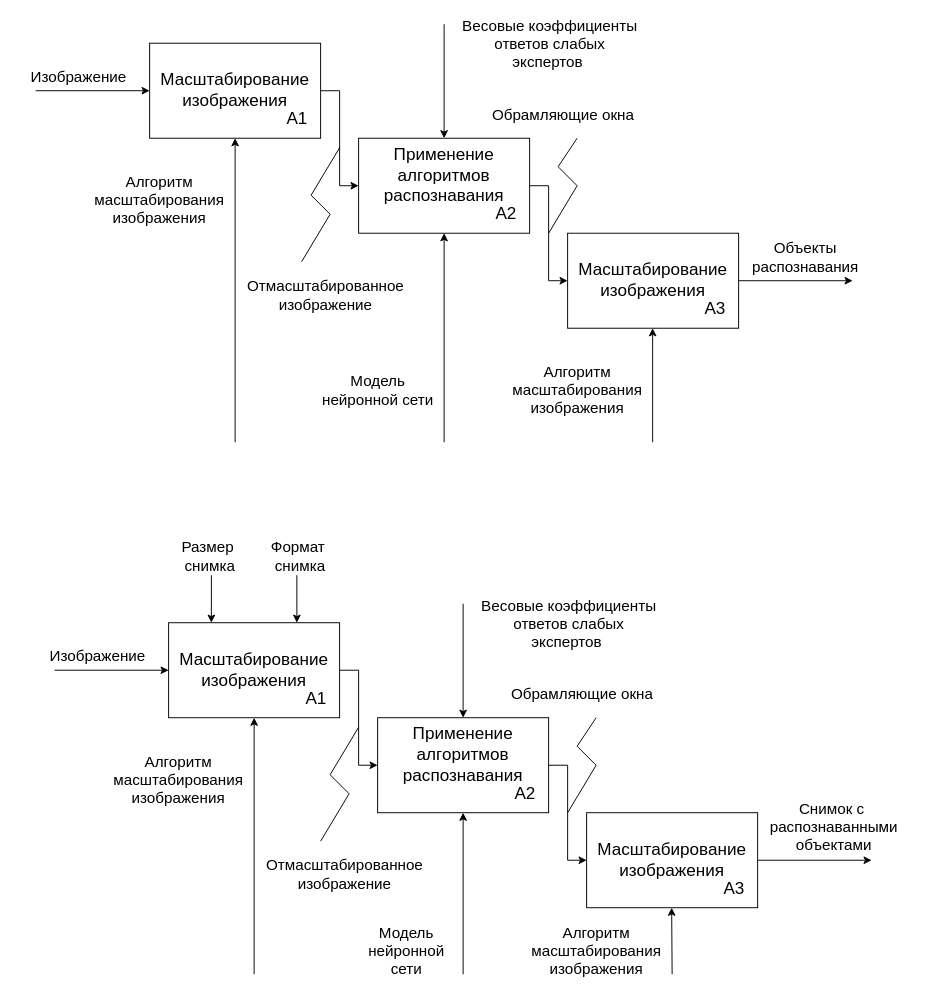
This is page "method-a1" (13 of 18) of docs/drawio/research-schemas.drawio from migregal/bmstu-iu7-thesis, a draw.io file, before an edit. Source tidied: cells renumbered, new cells numbered last; positions are measured from the earlier drawing's top-left corner, leaving out a move shared by most shapes. Both pictures are drawn from the tidied source at 95%, with x=0, y=0 at pixel (16, 24).
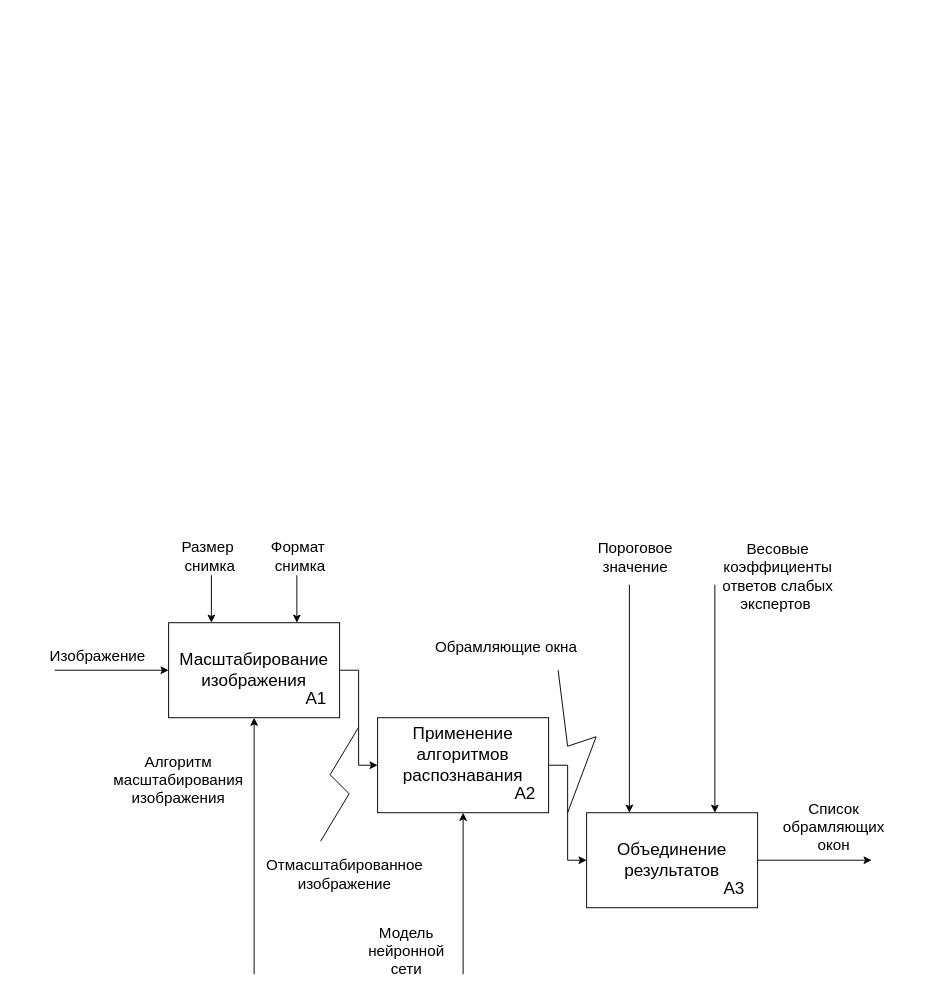
Above is the later version.

Unchanged cells that the change refers to:
```xml
<mxCell id="40" value="&lt;span style=&quot;font-size: 18px;&quot;&gt;Применение алгоритмов распознавания&lt;br&gt;&lt;br&gt;&lt;/span&gt;" style="rounded=0;whiteSpace=wrap;html=1;" parent="1" vertex="1">
  <mxGeometry x="380" y="730" width="180" height="100" as="geometry" />
</mxCell>
```

Change to the diagram source:
```diff
@@
-    <mxCell id="2" style="edgeStyle=orthogonalEdgeStyle;rounded=0;jettySize=auto;html=1;entryX=0;entryY=0.5;entryDx=0;entryDy=0;" parent="1" edge="1" source="3" target="16">
-      <mxGeometry relative="1" as="geometry" />
-    </mxCell>
-    <mxCell id="3" value="&lt;span style=&quot;font-size: 18px;&quot;&gt;Масштабирование изображения&lt;/span&gt;" style="rounded=0;whiteSpace=wrap;html=1;" parent="1" vertex="1">
-      <mxGeometry x="140" y="20" width="180" height="100" as="geometry" />
-    </mxCell>
-    <mxCell id="4" value="A1" style="text;html=1;align=center;verticalAlign=middle;strokeColor=none;fillColor=none;fontSize=18;" parent="1" vertex="1">
-      <mxGeometry x="270" y="80" width="50" height="40" as="geometry" />
-    </mxCell>
-    <mxCell id="5" style="endArrow=classic;html=1;rounded=0;entryX=0;entryY=0.5;entryDx=0;entryDy=0;" parent="1" edge="1" target="3">
-      <mxGeometry relative="1" as="geometry">
-        <mxPoint x="20" y="70" as="sourcePoint" />
-      </mxGeometry>
-    </mxCell>
-    <mxCell id="6" style="endArrow=classic;html=1;rounded=0;entryX=0.5;entryY=1;entryDx=0;entryDy=0;" parent="1" edge="1" target="3">
-      <mxGeometry relative="1" as="geometry">
-        <mxPoint x="230" y="440" as="sourcePoint" />
-      </mxGeometry>
-    </mxCell>
-    <mxCell id="7" style="endArrow=classic;html=1;rounded=0;entryX=0.5;entryY=0;entryDx=0;entryDy=0;" parent="1" edge="1" target="16">
-      <mxGeometry relative="1" as="geometry">
-        <mxPoint x="450" as="sourcePoint" />
-      </mxGeometry>
-    </mxCell>
-    <mxCell id="8" value="Весовые коэффициенты&lt;br style=&quot;border-color: var(--border-color);&quot;&gt;ответов слабых&lt;br style=&quot;border-color: var(--border-color);&quot;&gt;экспертов&amp;nbsp;" style="edgeLabel;html=1;align=center;verticalAlign=middle;fontSize=16;labelBackgroundColor=none;" parent="7" vertex="1">
-      <mxGeometry x="-0.27" y="3" relative="1" as="geometry">
-        <mxPoint x="107" y="-24" as="offset" />
-      </mxGeometry>
-    </mxCell>
-    <mxCell id="9" style="endArrow=classic;html=1;rounded=0;exitX=1;exitY=0.5;exitDx=0;exitDy=0;" parent="1" edge="1" source="13">
-      <mxGeometry relative="1" as="geometry">
-        <mxPoint x="880" y="270" as="targetPoint" />
-      </mxGeometry>
-    </mxCell>
-    <mxCell id="10" value="Алгоритм&lt;br&gt;масштабирования &lt;br&gt;изображения" style="text;html=1;align=center;verticalAlign=middle;strokeColor=none;fillColor=none;fontSize=16;" parent="1" vertex="1">
-      <mxGeometry x="70" y="150" width="160" height="70" as="geometry" />
-    </mxCell>
-    <mxCell id="11" value="Изображение" style="text;html=1;align=center;verticalAlign=middle;strokeColor=none;fillColor=none;fontSize=16;" parent="1" vertex="1">
-      <mxGeometry y="40" width="130" height="30" as="geometry" />
-    </mxCell>
-    <mxCell id="12" value="Объекты&lt;br&gt;распознавания" style="text;html=1;align=center;verticalAlign=middle;strokeColor=none;fillColor=none;fontSize=16;" parent="1" vertex="1">
-      <mxGeometry x="760" y="220" width="140" height="50" as="geometry" />
-    </mxCell>
-    <mxCell id="13" value="&lt;span style=&quot;font-size: 18px;&quot;&gt;Масштабирование изображения&lt;/span&gt;" style="rounded=0;whiteSpace=wrap;html=1;" parent="1" vertex="1">
-      <mxGeometry x="580" y="220" width="180" height="100" as="geometry" />
-    </mxCell>
-    <mxCell id="14" value="A3" style="text;html=1;align=center;verticalAlign=middle;strokeColor=none;fillColor=none;fontSize=18;" parent="1" vertex="1">
-      <mxGeometry x="710" y="280" width="50" height="40" as="geometry" />
-    </mxCell>
-    <mxCell id="15" style="edgeStyle=orthogonalEdgeStyle;rounded=0;jettySize=auto;html=1;entryX=0;entryY=0.5;entryDx=0;entryDy=0;" parent="1" edge="1" source="16" target="13">
-      <mxGeometry relative="1" as="geometry" />
-    </mxCell>
-    <mxCell id="16" value="&lt;span style=&quot;font-size: 18px;&quot;&gt;Применение алгоритмов распознавания&lt;br&gt;&lt;br&gt;&lt;/span&gt;" style="rounded=0;whiteSpace=wrap;html=1;" parent="1" vertex="1">
-      <mxGeometry x="360" y="120" width="180" height="100" as="geometry" />
-    </mxCell>
-    <mxCell id="17" value="A2" style="text;html=1;align=center;verticalAlign=middle;strokeColor=none;fillColor=none;fontSize=18;" parent="1" vertex="1">
-      <mxGeometry x="490" y="180" width="50" height="40" as="geometry" />
-    </mxCell>
-    <mxCell id="18" style="endArrow=none;html=1;rounded=0;" parent="1" edge="1">
-      <mxGeometry relative="1" as="geometry">
-        <mxPoint x="300" y="250" as="sourcePoint" />
-        <mxPoint x="340" y="130" as="targetPoint" />
-        <Array as="points">
-          <mxPoint x="330" y="200" />
-          <mxPoint x="310" y="180" />
-        </Array>
-      </mxGeometry>
-    </mxCell>
-    <mxCell id="19" value="Отмасштабированное&lt;br&gt;изображение" style="text;html=1;align=center;verticalAlign=middle;strokeColor=none;fillColor=none;fontSize=16;" parent="1" vertex="1">
-      <mxGeometry x="230" y="260" width="190" height="50" as="geometry" />
-    </mxCell>
-    <mxCell id="20" value="Алгоритм &lt;br&gt;масштабирования &lt;br&gt;изображения" style="text;html=1;align=center;verticalAlign=middle;strokeColor=none;fillColor=none;fontSize=16;" parent="1" vertex="1">
-      <mxGeometry x="510" y="350" width="160" height="70" as="geometry" />
-    </mxCell>
-    <mxCell id="21" style="endArrow=classic;html=1;rounded=0;entryX=0.5;entryY=1;entryDx=0;entryDy=0;" parent="1" edge="1">
-      <mxGeometry relative="1" as="geometry">
-        <mxPoint x="669.5" y="440" as="sourcePoint" />
-        <mxPoint x="669.5" y="320" as="targetPoint" />
-      </mxGeometry>
-    </mxCell>
-    <mxCell id="22" style="endArrow=none;html=1;rounded=0;" parent="1" edge="1">
-      <mxGeometry relative="1" as="geometry">
-        <mxPoint x="560" y="220" as="sourcePoint" />
-        <mxPoint x="590" y="120" as="targetPoint" />
-        <Array as="points">
-          <mxPoint x="590" y="170" />
-          <mxPoint x="570" y="150" />
-        </Array>
-      </mxGeometry>
-    </mxCell>
-    <mxCell id="23" value="Обрамляющие окна" style="text;html=1;align=center;verticalAlign=middle;strokeColor=none;fillColor=none;fontSize=16;" parent="1" vertex="1">
-      <mxGeometry x="490" y="80" width="170" height="30" as="geometry" />
-    </mxCell>
-    <mxCell id="24" value="Модель&lt;br&gt;нейронной сети" style="text;html=1;align=center;verticalAlign=middle;strokeColor=none;fillColor=none;fontSize=16;" parent="1" vertex="1">
-      <mxGeometry x="310" y="360" width="140" height="50" as="geometry" />
-    </mxCell>
-    <mxCell id="25" style="endArrow=classic;html=1;rounded=0;entryX=0.5;entryY=1;entryDx=0;entryDy=0;" parent="1" edge="1" target="16">
-      <mxGeometry relative="1" as="geometry">
-        <mxPoint x="450" y="440" as="sourcePoint" />
-      </mxGeometry>
-    </mxCell>
@@
-    <mxCell id="31" style="endArrow=classic;html=1;rounded=0;entryX=0.5;entryY=0;entryDx=0;entryDy=0;" parent="1" edge="1" target="40">
+    <mxCell id="31" style="endArrow=classic;html=1;rounded=0;entryX=0.75;entryY=0;entryDx=0;entryDy=0;" parent="1" edge="1" target="37">
       <mxGeometry relative="1" as="geometry">
-        <mxPoint x="470" y="610" as="sourcePoint" />
+        <mxPoint x="735" y="590" as="sourcePoint" />
       </mxGeometry>
     </mxCell>
-    <mxCell id="32" value="Весовые коэффициенты&lt;br style=&quot;border-color: var(--border-color);&quot;&gt;ответов слабых&lt;br style=&quot;border-color: var(--border-color);&quot;&gt;экспертов&amp;nbsp;" style="edgeLabel;html=1;align=center;verticalAlign=middle;fontSize=16;labelBackgroundColor=none;" parent="31" vertex="1">
+    <mxCell id="32" value="Весовые&lt;br&gt;коэффициенты&lt;br style=&quot;border-color: var(--border-color);&quot;&gt;ответов слабых&lt;br style=&quot;border-color: var(--border-color);&quot;&gt;экспертов&amp;nbsp;" style="edgeLabel;html=1;align=center;verticalAlign=middle;fontSize=16;labelBackgroundColor=none;" parent="31" vertex="1">
       <mxGeometry x="-0.27" y="3" relative="1" as="geometry">
-        <mxPoint x="107" y="-24" as="offset" />
+        <mxPoint x="62" y="-98" as="offset" />
       </mxGeometry>
     </mxCell>
@@
-    <mxCell id="36" value="Снимок с&amp;nbsp;&lt;br&gt;распознаванными&lt;br&gt;объектами" style="text;html=1;align=center;verticalAlign=middle;strokeColor=none;fillColor=none;fontSize=16;" parent="1" vertex="1">
-      <mxGeometry x="780" y="810" width="160" height="70" as="geometry" />
+    <mxCell id="36" value="Список&lt;br&gt;обрамляющих&lt;br&gt;окон" style="text;html=1;align=center;verticalAlign=middle;strokeColor=none;fillColor=none;fontSize=16;" parent="1" vertex="1">
+      <mxGeometry x="795" y="810" width="130" height="70" as="geometry" />
     </mxCell>
-    <mxCell id="37" value="&lt;span style=&quot;font-size: 18px;&quot;&gt;Масштабирование изображения&lt;/span&gt;" style="rounded=0;whiteSpace=wrap;html=1;" parent="1" vertex="1">
+    <mxCell id="37" value="&lt;font style=&quot;font-size: 18px;&quot;&gt;Объединение результатов&lt;/font&gt;" style="rounded=0;whiteSpace=wrap;html=1;" parent="1" vertex="1">
       <mxGeometry x="600" y="830" width="180" height="100" as="geometry" />
     </mxCell>
@@
-    <mxCell id="44" value="Алгоритм &lt;br&gt;масштабирования &lt;br&gt;изображения" style="text;html=1;align=center;verticalAlign=middle;strokeColor=none;fillColor=none;fontSize=16;" parent="1" vertex="1">
-      <mxGeometry x="530" y="940" width="160" height="70" as="geometry" />
-    </mxCell>
-    <mxCell id="45" style="endArrow=classic;html=1;rounded=0;entryX=0.5;entryY=1;entryDx=0;entryDy=0;" parent="1" edge="1">
-      <mxGeometry relative="1" as="geometry">
-        <mxPoint x="690" y="1000" as="sourcePoint" />
-        <mxPoint x="689.5" y="930" as="targetPoint" />
-      </mxGeometry>
-    </mxCell>
     <mxCell id="46" style="endArrow=none;html=1;rounded=0;" parent="1" edge="1">
       <mxGeometry relative="1" as="geometry">
         <mxPoint x="580" y="830" as="sourcePoint" />
-        <mxPoint x="610" y="730" as="targetPoint" />
+        <mxPoint x="570" y="680" as="targetPoint" />
         <Array as="points">
-          <mxPoint x="610" y="780" />
-          <mxPoint x="590" y="760" />
+          <mxPoint x="610" y="750" />
+          <mxPoint x="580" y="760" />
         </Array>
       </mxGeometry>
     </mxCell>
     <mxCell id="47" value="Обрамляющие окна" style="text;html=1;align=center;verticalAlign=middle;strokeColor=none;fillColor=none;fontSize=16;" parent="1" vertex="1">
-      <mxGeometry x="510" y="690" width="170" height="30" as="geometry" />
+      <mxGeometry x="430" y="640" width="170" height="30" as="geometry" />
     </mxCell>
@@
+    <mxCell id="54" style="endArrow=classic;html=1;rounded=0;entryX=0.25;entryY=0;entryDx=0;entryDy=0;" parent="1" edge="1" target="37">
+      <mxGeometry relative="1" as="geometry">
+        <mxPoint x="645" y="590" as="sourcePoint" />
+      </mxGeometry>
+    </mxCell>
+    <mxCell id="55" value="Пороговое&lt;br&gt;значение" style="edgeLabel;html=1;align=center;verticalAlign=middle;fontSize=16;labelBackgroundColor=none;" parent="54" vertex="1">
+      <mxGeometry x="-0.27" y="3" relative="1" as="geometry">
+        <mxPoint x="2" y="-118" as="offset" />
+      </mxGeometry>
+    </mxCell>
```
